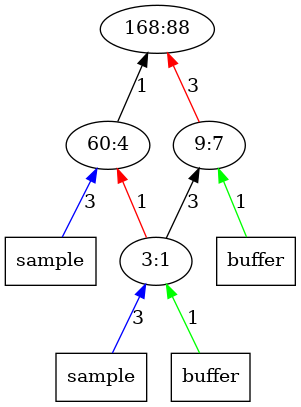
Before: outputImages/op88.png.png, a diagram exported from Graphviz (AbhikKhan/MTP_IITG). Its source is kept beside it as outputTrees/op88.dot. The source it was exported from:
```dot
digraph Tree{
	rankdir="BT"
	1 [label = "168:88"];
	2 -> 1 [label = "1", color = "black"];
	x21 -> 2 [label = "3", color = "blue"];
	x21 [label = "sample", shape = "box"];
	2 [label = "60:4"];
	3 -> 1 [label = "3", color = "red"];
	x32 -> 3 [label = "1", color = "green"];
	x32 [label = "buffer", shape = "box"];
	3 [label = "9:7"];
	4 -> 2 [label = "1", color = "red"];
	4 -> 3 [label = "3", color = "black"];
	x41 -> 4 [label = "3", color = "blue"];
	x41 [label = "sample", shape = "box"];
	x42 -> 4 [label = "1", color = "green"];
	x42 [label = "buffer", shape = "box"];
	4 [label = "3:1"];
}
```
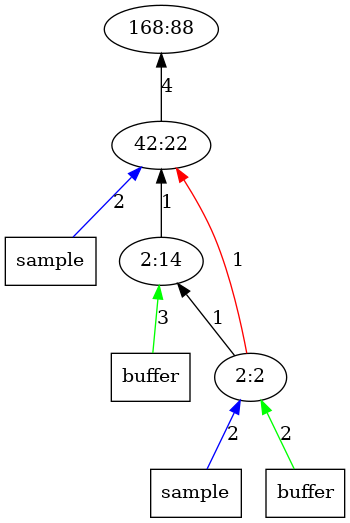
Later version of the same file.

What changed in the source:
```diff
@@ -1,19 +1,19 @@
 digraph Tree{
 	rankdir="BT"
 	1 [label = "168:88"];
-	2 -> 1 [label = "1", color = "black"];
-	x21 -> 2 [label = "3", color = "blue"];
+	2 -> 1 [label = "4", color = "black"];
+	x21 -> 2 [label = "2", color = "blue"];
 	x21 [label = "sample", shape = "box"];
-	2 [label = "60:4"];
-	3 -> 1 [label = "3", color = "red"];
-	x32 -> 3 [label = "1", color = "green"];
+	2 [label = "42:22"];
+	x32 -> 3 [label = "3", color = "green"];
 	x32 [label = "buffer", shape = "box"];
-	3 [label = "9:7"];
+	3 -> 2 [label = "1", color = "black"];
+	3 [label = "2:14"];
 	4 -> 2 [label = "1", color = "red"];
-	4 -> 3 [label = "3", color = "black"];
-	x41 -> 4 [label = "3", color = "blue"];
+	4 -> 3 [label = "1", color = "black"];
+	x41 -> 4 [label = "2", color = "blue"];
 	x41 [label = "sample", shape = "box"];
-	x42 -> 4 [label = "1", color = "green"];
+	x42 -> 4 [label = "2", color = "green"];
 	x42 [label = "buffer", shape = "box"];
-	4 [label = "3:1"];
+	4 [label = "2:2"];
 }
```
